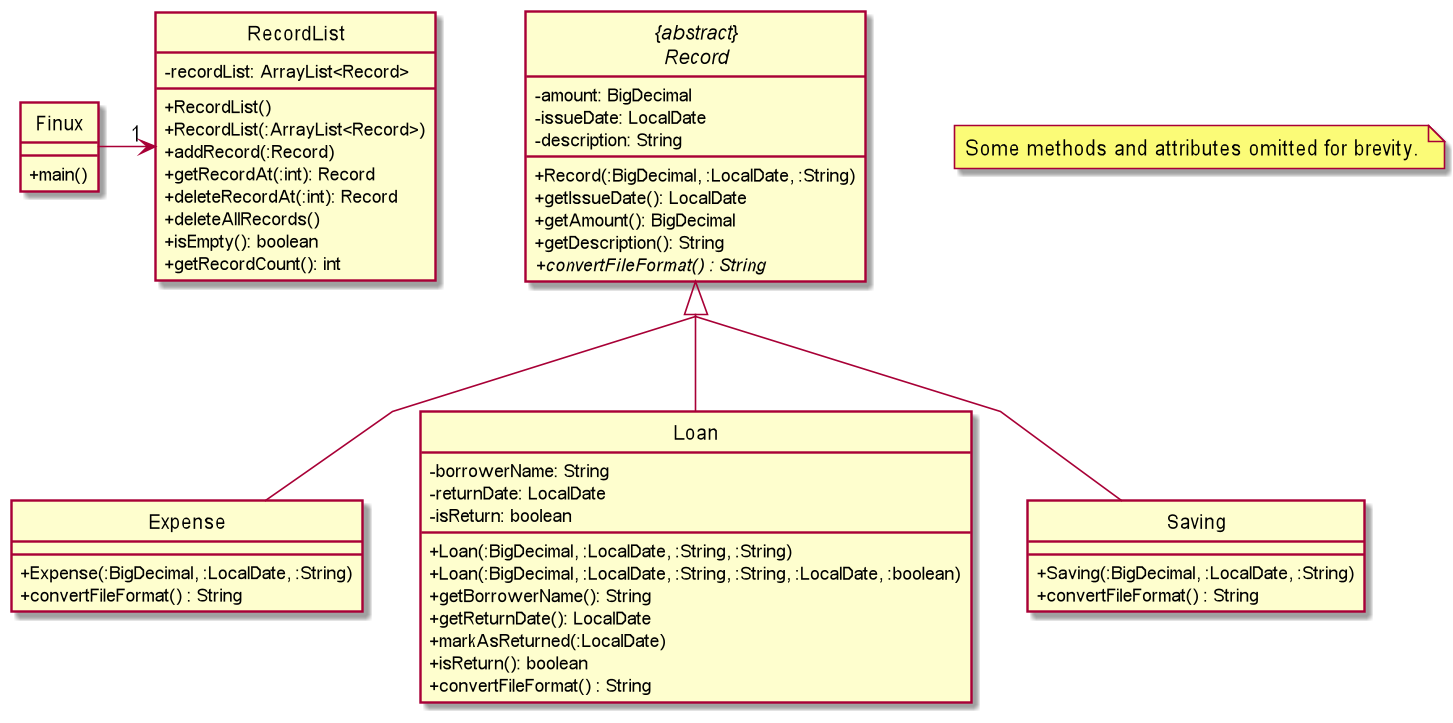
Before: docs/img/RecordListClassDiagram.png, a diagram exported from PlantUML (nus-cs2113-AY2021S2/tp).
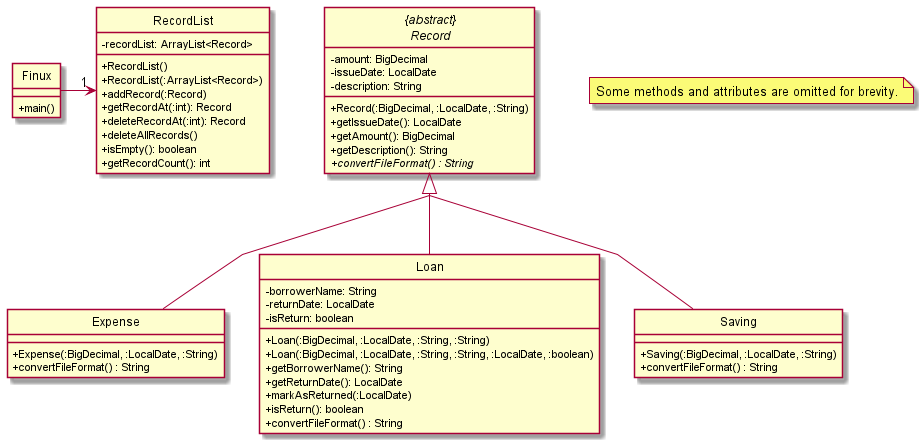
After the commit.

Commit message:
Minor fix to note section in RecordList class diagram

- Remove unuse constant in Record class

Diff of the diagram source:
```diff
@@ -61,7 +61,7 @@
 Record <|-- Saving
 Record <|-- Loan
 
-note "Some methods and attributes omitted for brevity." as N1
+note "Some methods and attributes are omitted for brevity." as N1
 
 
 @enduml
```
